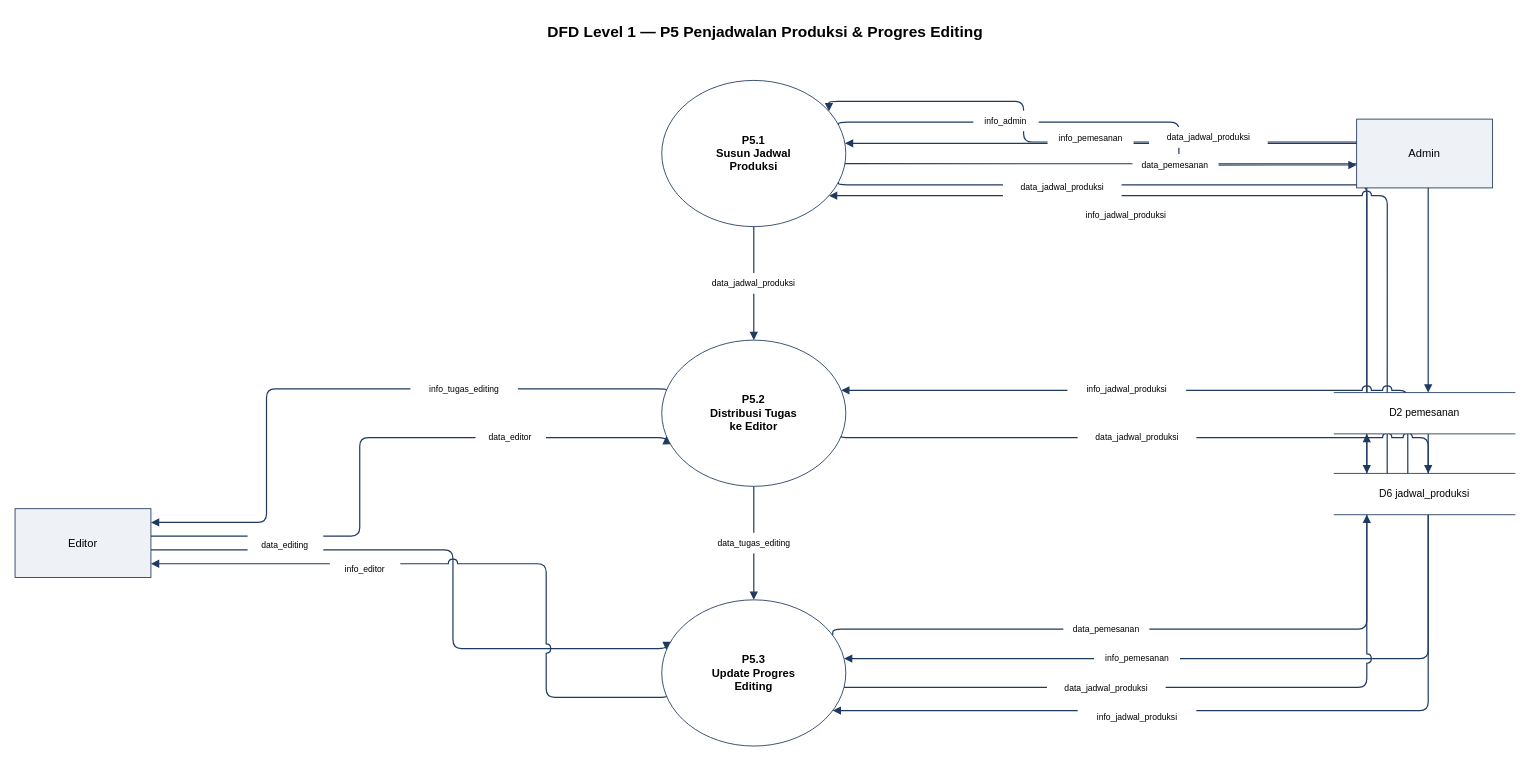
Above: result/with/mellogang_dfd_level1_P5.drawio in ryuken25/diagrams (draw.io), before the change. Source tidied: cells renumbered, new cells numbered last; positions are measured from the earlier drawing's top-left corner, leaving out a move shared by most shapes. Both pictures are drawn from the tidied source at 86%, with x=0, y=0 at pixel (15, 15).
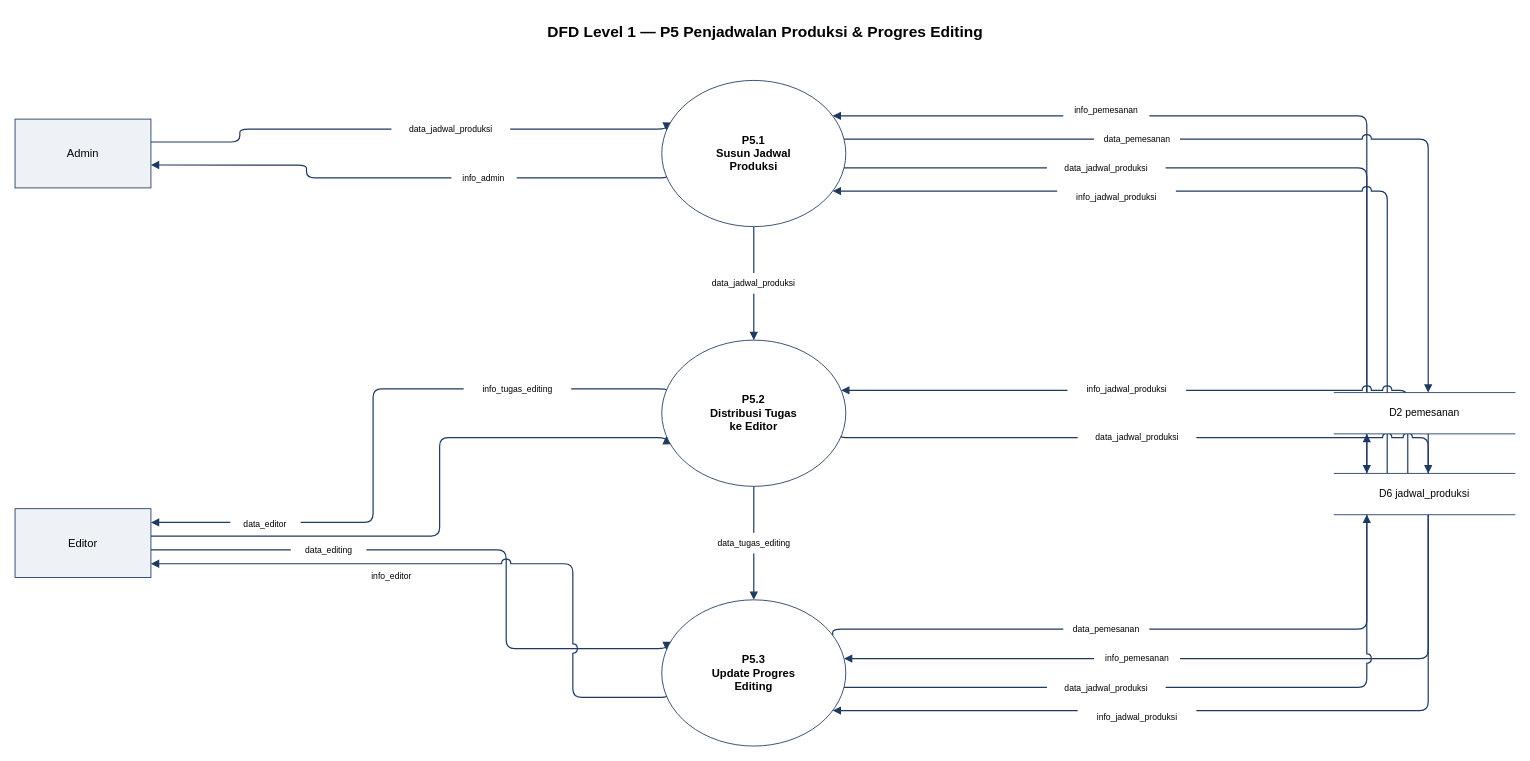
After the change.

Unchanged cells that the change refers to:
```xml
<mxCell id="20" value="P5.1&#10;Susun Jadwal&#10;Produksi" style="ellipse;whiteSpace=wrap;html=1;fillColor=#FFFFFF;strokeColor=#1F3A5F;fontSize=13;fontStyle=1;verticalAlign=middle;" parent="1" vertex="1">
  <mxGeometry x="752" y="76" width="214" height="170" as="geometry" />
</mxCell>
<mxCell id="21" value="P5.2&#10;Distribusi Tugas&#10;ke Editor" style="ellipse;whiteSpace=wrap;html=1;fillColor=#FFFFFF;strokeColor=#1F3A5F;fontSize=13;fontStyle=1;verticalAlign=middle;" parent="1" vertex="1">
  <mxGeometry x="752" y="378" width="214" height="170" as="geometry" />
</mxCell>
<mxCell id="22" value="P5.3&#10;Update Progres&#10;Editing" style="ellipse;whiteSpace=wrap;html=1;fillColor=#FFFFFF;strokeColor=#1F3A5F;fontSize=13;fontStyle=1;verticalAlign=middle;" parent="1" vertex="1">
  <mxGeometry x="752" y="680" width="214" height="170" as="geometry" />
</mxCell>
<mxCell id="24" value="Editor" style="rounded=0;whiteSpace=wrap;html=1;fillColor=#EEF2F7;strokeColor=#1F3A5F;fontSize=13;" parent="1" vertex="1">
  <mxGeometry y="574" width="158" height="80" as="geometry" />
</mxCell>
<mxCell id="25" value="D2  pemesanan" style="shape=partialRectangle;top=1;bottom=1;left=0;right=0;whiteSpace=wrap;html=1;fillColor=#FFFFFF;strokeColor=#1F3A5F;fontSize=12;align=center;" parent="1" vertex="1">
  <mxGeometry x="1534" y="439" width="210" height="48" as="geometry" />
</mxCell>
<mxCell id="26" value="D6  jadwal_produksi" style="shape=partialRectangle;top=1;bottom=1;left=0;right=0;whiteSpace=wrap;html=1;fillColor=#FFFFFF;strokeColor=#1F3A5F;fontSize=12;align=center;" parent="1" vertex="1">
  <mxGeometry x="1534" y="533" width="210" height="48" as="geometry" />
</mxCell>
```

Change to the diagram source:
```diff
@@
-    <mxCell id="2" style="html=1;rounded=1;strokeColor=#1F3A5F;strokeWidth=1.4;endArrow=block;startArrow=none;jumpStyle=arc;jumpSize=10;edgeStyle=orthogonalEdgeStyle;exitX=0.000;exitY=0.333;entryX=1.000;entryY=0.143;exitDx=0;exitDy=0;entryDx=0;entryDy=0;" parent="1" edge="1" source="23" target="20">
+    <mxCell id="2" style="html=1;rounded=1;strokeColor=#1F3A5F;strokeWidth=1.4;endArrow=block;startArrow=none;jumpStyle=arc;jumpSize=10;edgeStyle=orthogonalEdgeStyle;exitX=1.000;exitY=0.333;entryX=0.000;entryY=0.333;exitDx=0;exitDy=0;entryDx=0;entryDy=0;" parent="1" edge="1" source="23" target="20">
       <mxGeometry relative="1" as="geometry">
         <Array as="points">
-          <mxPoint x="1172.7" y="147.7" />
-          <mxPoint x="1172.7" y="100.3" />
+          <mxPoint x="261.4" y="147.7" />
+          <mxPoint x="261.4" y="132.7" />
         </Array>
       </mxGeometry>
     </mxCell>
-    <mxCell id="3" style="html=1;rounded=1;strokeColor=#1F3A5F;strokeWidth=1.4;endArrow=block;startArrow=none;jumpStyle=arc;jumpSize=10;edgeStyle=orthogonalEdgeStyle;exitX=1.000;exitY=0.286;entryX=0.000;entryY=0.667;exitDx=0;exitDy=0;entryDx=0;entryDy=0;" parent="1" edge="1" source="20" target="23">
+    <mxCell id="3" style="html=1;rounded=1;strokeColor=#1F3A5F;strokeWidth=1.4;endArrow=block;startArrow=none;jumpStyle=arc;jumpSize=10;edgeStyle=orthogonalEdgeStyle;exitX=0.000;exitY=0.667;entryX=1.000;entryY=0.667;exitDx=0;exitDy=0;entryDx=0;entryDy=0;" parent="1" edge="1" source="20" target="23">
       <mxGeometry relative="1" as="geometry">
         <Array as="points">
-          <mxPoint x="1353.3" y="124.6" />
-          <mxPoint x="1353.3" y="174.3" />
+          <mxPoint x="338.9" y="189.3" />
+          <mxPoint x="338.9" y="174.3" />
         </Array>
       </mxGeometry>
     </mxCell>
     <mxCell id="4" style="html=1;rounded=1;strokeColor=#1F3A5F;strokeWidth=1.4;endArrow=block;startArrow=none;jumpStyle=arc;jumpSize=10;edgeStyle=orthogonalEdgeStyle;exitX=0.000;exitY=0.333;entryX=1.000;entryY=0.200;exitDx=0;exitDy=0;entryDx=0;entryDy=0;" parent="1" edge="1" source="21" target="24">
       <mxGeometry relative="1" as="geometry">
         <Array as="points">
-          <mxPoint x="292.4" y="434.7" />
-          <mxPoint x="292.4" y="590" />
+          <mxPoint x="416.3" y="434.7" />
+          <mxPoint x="416.3" y="590" />
         </Array>
       </mxGeometry>
     </mxCell>
     <mxCell id="5" style="html=1;rounded=1;strokeColor=#1F3A5F;strokeWidth=1.4;endArrow=block;startArrow=none;jumpStyle=arc;jumpSize=10;edgeStyle=orthogonalEdgeStyle;exitX=1.000;exitY=0.400;entryX=0.000;entryY=0.667;exitDx=0;exitDy=0;entryDx=0;entryDy=0;" parent="1" edge="1" source="24" target="21">
       <mxGeometry relative="1" as="geometry">
         <Array as="points">
-          <mxPoint x="400.8" y="606" />
-          <mxPoint x="400.8" y="491.3" />
+          <mxPoint x="493.7" y="606" />
+          <mxPoint x="493.7" y="491.3" />
         </Array>
       </mxGeometry>
     </mxCell>
     <mxCell id="6" style="html=1;rounded=1;strokeColor=#1F3A5F;strokeWidth=1.4;endArrow=block;startArrow=none;jumpStyle=arc;jumpSize=10;edgeStyle=orthogonalEdgeStyle;exitX=1.000;exitY=0.600;entryX=0.000;entryY=0.333;exitDx=0;exitDy=0;entryDx=0;entryDy=0;" parent="1" edge="1" source="24" target="22">
       <mxGeometry relative="1" as="geometry">
         <Array as="points">
-          <mxPoint x="509.2" y="622" />
-          <mxPoint x="509.2" y="736.7" />
+          <mxPoint x="571.1" y="622" />
+          <mxPoint x="571.1" y="736.7" />
         </Array>
       </mxGeometry>
     </mxCell>
     <mxCell id="7" style="html=1;rounded=1;strokeColor=#1F3A5F;strokeWidth=1.4;endArrow=block;startArrow=none;jumpStyle=arc;jumpSize=10;edgeStyle=orthogonalEdgeStyle;exitX=0.000;exitY=0.667;entryX=1.000;entryY=0.800;exitDx=0;exitDy=0;entryDx=0;entryDy=0;" parent="1" edge="1" source="22" target="24">
       <mxGeometry relative="1" as="geometry">
         <Array as="points">
-          <mxPoint x="617.6" y="793.3" />
-          <mxPoint x="617.6" y="638" />
+          <mxPoint x="648.6" y="793.3" />
+          <mxPoint x="648.6" y="638" />
         </Array>
       </mxGeometry>
     </mxCell>
-    <mxCell id="8" style="html=1;rounded=1;strokeColor=#1F3A5F;strokeWidth=1.4;endArrow=block;startArrow=none;jumpStyle=arc;jumpSize=10;edgeStyle=orthogonalEdgeStyle;exitX=0.180;exitY=0.000;entryX=1.000;entryY=0.429;exitDx=0;exitDy=0;entryDx=0;entryDy=0;" parent="1" edge="1" source="25" target="20">
+    <mxCell id="8" style="html=1;rounded=1;strokeColor=#1F3A5F;strokeWidth=1.4;endArrow=block;startArrow=none;jumpStyle=arc;jumpSize=10;edgeStyle=orthogonalEdgeStyle;exitX=0.180;exitY=0.000;entryX=1.000;entryY=0.200;exitDx=0;exitDy=0;entryDx=0;entryDy=0;" parent="1" edge="1" source="25" target="20">
       <mxGeometry relative="1" as="geometry">
         <Array as="points">
           <mxPoint x="1571.8" y="439" />
-          <mxPoint x="1571.8" y="148.9" />
+          <mxPoint x="1571.8" y="110" />
         </Array>
       </mxGeometry>
     </mxCell>
-    <mxCell id="9" style="html=1;rounded=1;strokeColor=#1F3A5F;strokeWidth=1.4;endArrow=block;startArrow=none;jumpStyle=arc;jumpSize=10;edgeStyle=orthogonalEdgeStyle;exitX=1.000;exitY=0.571;entryX=0.520;entryY=0.000;exitDx=0;exitDy=0;entryDx=0;entryDy=0;" parent="1" edge="1" source="20" target="25">
+    <mxCell id="9" style="html=1;rounded=1;strokeColor=#1F3A5F;strokeWidth=1.4;endArrow=block;startArrow=none;jumpStyle=arc;jumpSize=10;edgeStyle=orthogonalEdgeStyle;exitX=1.000;exitY=0.400;entryX=0.520;entryY=0.000;exitDx=0;exitDy=0;entryDx=0;entryDy=0;" parent="1" edge="1" source="20" target="25">
       <mxGeometry relative="1" as="geometry">
         <Array as="points">
-          <mxPoint x="1643.2" y="173.1" />
+          <mxPoint x="1643.2" y="144" />
           <mxPoint x="1643.2" y="439" />
         </Array>
       </mxGeometry>
     </mxCell>
@@
-    <mxCell id="12" style="html=1;rounded=1;strokeColor=#1F3A5F;strokeWidth=1.4;endArrow=block;startArrow=none;jumpStyle=arc;jumpSize=10;edgeStyle=orthogonalEdgeStyle;exitX=1.000;exitY=0.714;entryX=0.180;entryY=0.000;exitDx=0;exitDy=0;entryDx=0;entryDy=0;" parent="1" edge="1" source="20" target="26">
+    <mxCell id="12" style="html=1;rounded=1;strokeColor=#1F3A5F;strokeWidth=1.4;endArrow=block;startArrow=none;jumpStyle=arc;jumpSize=10;edgeStyle=orthogonalEdgeStyle;exitX=1.000;exitY=0.600;entryX=0.180;entryY=0.000;exitDx=0;exitDy=0;entryDx=0;entryDy=0;" parent="1" edge="1" source="20" target="26">
       <mxGeometry relative="1" as="geometry">
         <Array as="points">
-          <mxPoint x="1571.8" y="197.4" />
+          <mxPoint x="1571.8" y="178" />
           <mxPoint x="1571.8" y="533" />
         </Array>
       </mxGeometry>
     </mxCell>
-    <mxCell id="13" style="html=1;rounded=1;strokeColor=#1F3A5F;strokeWidth=1.4;endArrow=block;startArrow=none;jumpStyle=arc;jumpSize=10;edgeStyle=orthogonalEdgeStyle;exitX=0.293;exitY=0.000;entryX=1.000;entryY=0.857;exitDx=0;exitDy=0;entryDx=0;entryDy=0;" parent="1" edge="1" source="26" target="20">
+    <mxCell id="13" style="html=1;rounded=1;strokeColor=#1F3A5F;strokeWidth=1.4;endArrow=block;startArrow=none;jumpStyle=arc;jumpSize=10;edgeStyle=orthogonalEdgeStyle;exitX=0.293;exitY=0.000;entryX=1.000;entryY=0.800;exitDx=0;exitDy=0;entryDx=0;entryDy=0;" parent="1" edge="1" source="26" target="20">
       <mxGeometry relative="1" as="geometry">
         <Array as="points">
           <mxPoint x="1595.6" y="533" />
-          <mxPoint x="1595.6" y="221.7" />
+          <mxPoint x="1595.6" y="212" />
         </Array>
       </mxGeometry>
     </mxCell>
@@
     <mxCell id="23" value="Admin" style="rounded=0;whiteSpace=wrap;html=1;fillColor=#EEF2F7;strokeColor=#1F3A5F;fontSize=13;" parent="1" vertex="1">
-      <mxGeometry x="1560" y="121" width="158" height="80" as="geometry" />
+      <mxGeometry y="121" width="158" height="80" as="geometry" />
     </mxCell>
@@
     <mxCell id="27" value="data_jadwal_produksi" style="text;html=1;align=center;verticalAlign=middle;fontSize=10;rounded=0;fillColor=#FFFFFF;strokeColor=none;whiteSpace=wrap;spacing=2;" parent="1" vertex="1">
-      <mxGeometry x="1318.6" y="130.3" width="138" height="24" as="geometry" />
+      <mxGeometry x="437.7" y="120.7" width="138" height="24" as="geometry" />
     </mxCell>
     <mxCell id="28" value="info_admin" style="text;html=1;align=center;verticalAlign=middle;fontSize=10;rounded=0;fillColor=#FFFFFF;strokeColor=none;whiteSpace=wrap;spacing=2;" parent="1" vertex="1">
-      <mxGeometry x="1114.3" y="111.1" width="76" height="24" as="geometry" />
+      <mxGeometry x="507.4" y="177.4" width="76" height="24" as="geometry" />
     </mxCell>
     <mxCell id="29" value="info_tugas_editing" style="text;html=1;align=center;verticalAlign=middle;fontSize=10;rounded=0;fillColor=#FFFFFF;strokeColor=none;whiteSpace=wrap;spacing=2;" parent="1" vertex="1">
-      <mxGeometry x="459.7" y="422.6" width="125" height="24" as="geometry" />
+      <mxGeometry x="521.6" y="422.6" width="125" height="24" as="geometry" />
     </mxCell>
     <mxCell id="30" value="data_editor" style="text;html=1;align=center;verticalAlign=middle;fontSize=10;rounded=0;fillColor=#FFFFFF;strokeColor=none;whiteSpace=wrap;spacing=2;" parent="1" vertex="1">
-      <mxGeometry x="535.4" y="479.3" width="82" height="24" as="geometry" />
+      <mxGeometry x="250.2" y="579.7" width="82" height="24" as="geometry" />
     </mxCell>
     <mxCell id="31" value="data_editing" style="text;html=1;align=center;verticalAlign=middle;fontSize=10;rounded=0;fillColor=#FFFFFF;strokeColor=none;whiteSpace=wrap;spacing=2;" parent="1" vertex="1">
-      <mxGeometry x="270.4" y="604.3" width="88" height="24" as="geometry" />
+      <mxGeometry x="320.6" y="610" width="88" height="24" as="geometry" />
     </mxCell>
     <mxCell id="32" value="info_editor" style="text;html=1;align=center;verticalAlign=middle;fontSize=10;rounded=0;fillColor=#FFFFFF;strokeColor=none;whiteSpace=wrap;spacing=2;" parent="1" vertex="1">
-      <mxGeometry x="366" y="631.7" width="82" height="24" as="geometry" />
+      <mxGeometry x="396.9" y="640.3" width="82" height="24" as="geometry" />
     </mxCell>
     <mxCell id="33" value="info_pemesanan" style="text;html=1;align=center;verticalAlign=middle;fontSize=10;rounded=0;fillColor=#FFFFFF;strokeColor=none;whiteSpace=wrap;spacing=2;" parent="1" vertex="1">
-      <mxGeometry x="1200.6" y="130.8" width="100" height="24" as="geometry" />
+      <mxGeometry x="1218.9" y="98" width="100" height="24" as="geometry" />
     </mxCell>
     <mxCell id="34" value="data_pemesanan" style="text;html=1;align=center;verticalAlign=middle;fontSize=10;rounded=0;fillColor=#FFFFFF;strokeColor=none;whiteSpace=wrap;spacing=2;" parent="1" vertex="1">
-      <mxGeometry x="1299.4" y="161.5" width="100" height="24" as="geometry" />
+      <mxGeometry x="1254.6" y="132" width="100" height="24" as="geometry" />
     </mxCell>
@@
     <mxCell id="37" value="data_jadwal_produksi" style="text;html=1;align=center;verticalAlign=middle;fontSize=10;rounded=0;fillColor=#FFFFFF;strokeColor=none;whiteSpace=wrap;spacing=2;" parent="1" vertex="1">
-      <mxGeometry x="1148.7" y="188" width="138" height="24" as="geometry" />
+      <mxGeometry x="1199.9" y="166" width="138" height="24" as="geometry" />
     </mxCell>
     <mxCell id="38" value="info_jadwal_produksi" style="text;html=1;align=center;verticalAlign=middle;fontSize=10;rounded=0;fillColor=#FFFFFF;strokeColor=none;whiteSpace=wrap;spacing=2;" parent="1" vertex="1">
-      <mxGeometry x="1222.6" y="219.6" width="138" height="24" as="geometry" />
+      <mxGeometry x="1211.8" y="200" width="138" height="24" as="geometry" />
     </mxCell>
```
